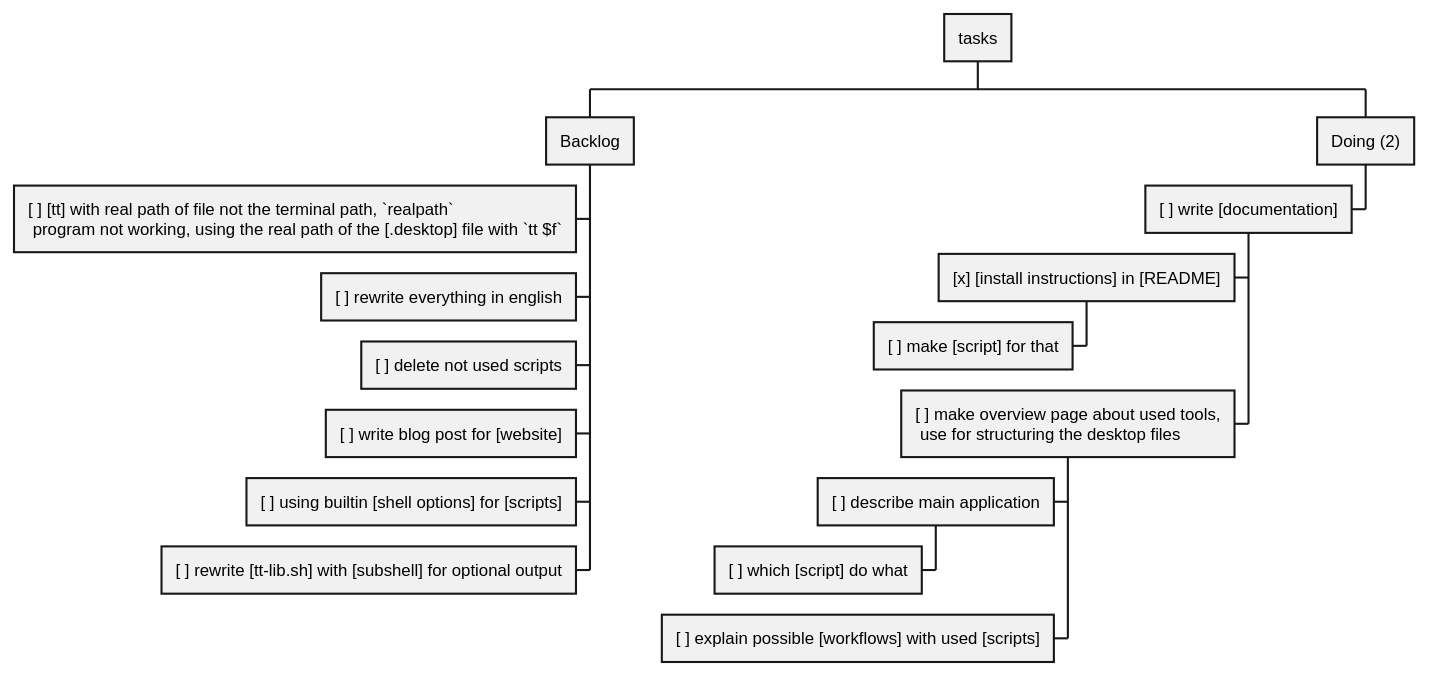
The PlantUML diagram CHANGELOG-JOURNAL/kanboard.svg in christiang7/ToText, before a commit.
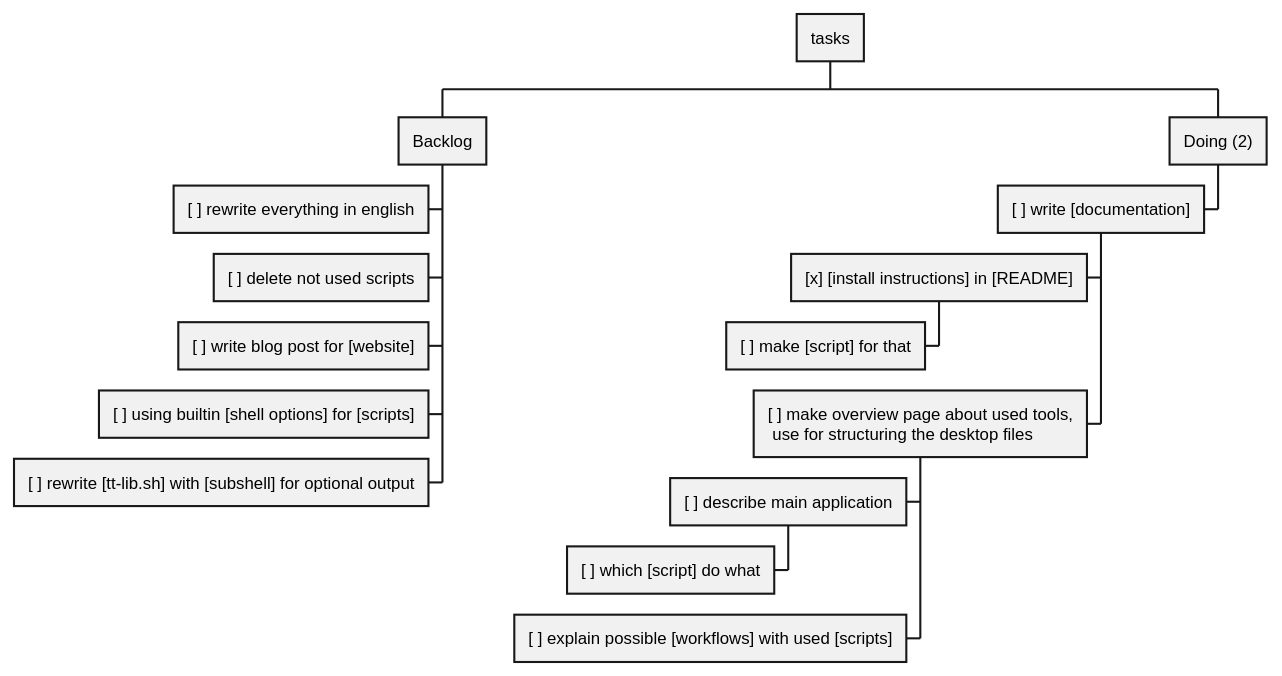
After the change.

What changed in the source:
```diff
@@ -1,7 +1,6 @@
 @startwbs
 + tasks
  + Backlog
-  - [ ] [tt] with real path of file not the terminal path, `realpath` \n program not working, using the real path of the [.desktop] file with `tt $f`
   - [ ] rewrite everything in english
   - [ ] delete not used scripts
   - [ ] write blog post for [website]
```
